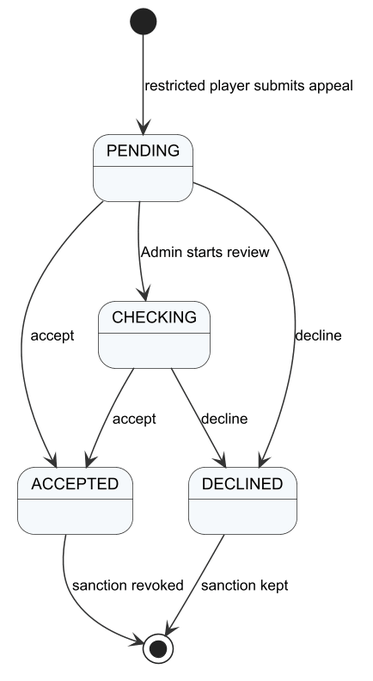
The PlantUML diagram Doc/Project_report/Report/diagrams/png/r4_sm_appeal.png in Tad-Min/PickleVerse, before a commit.
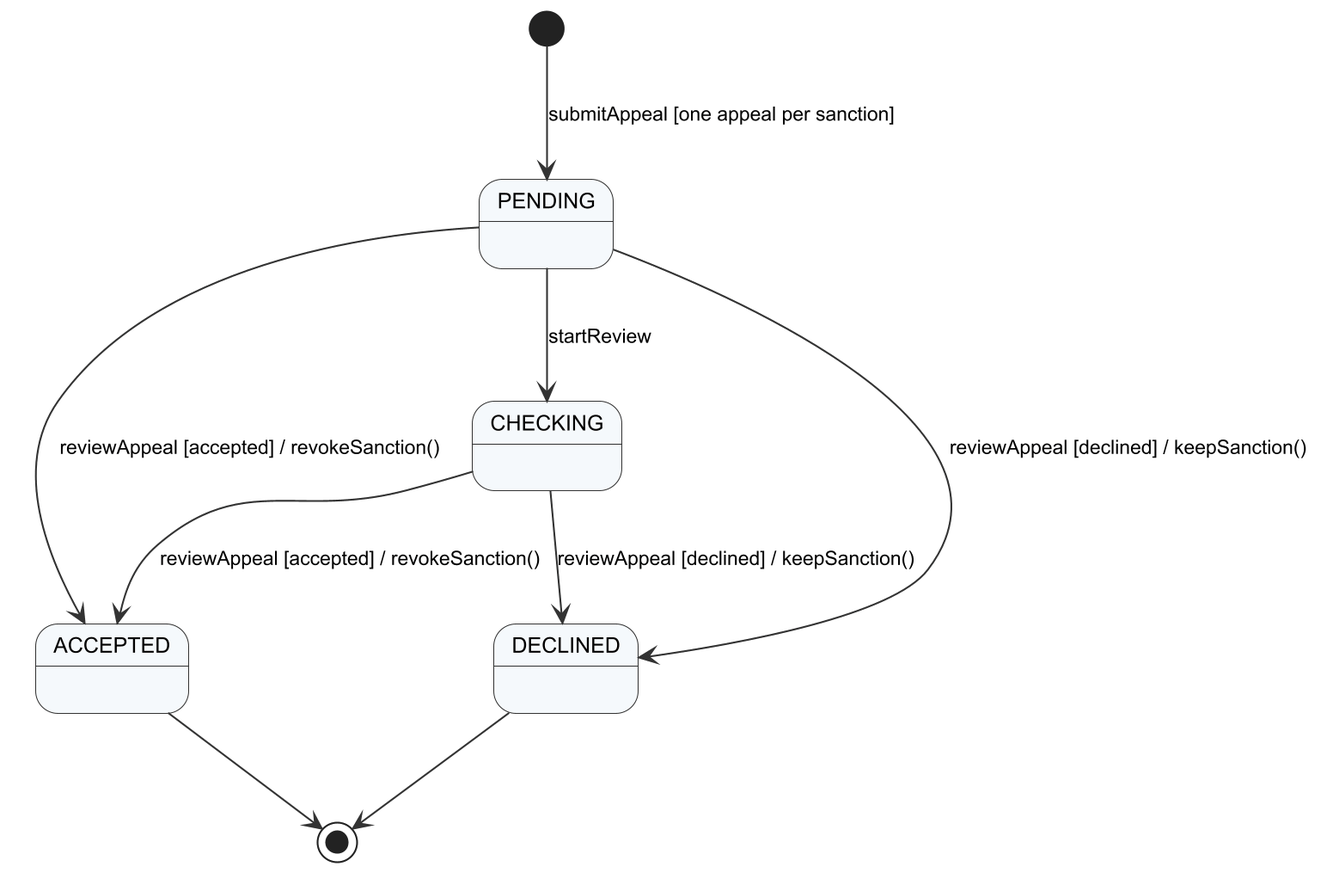
Above is the later version.

Diff of the diagram source:
```diff
@@ -1,11 +1,11 @@
 @startuml r4_sm_appeal
 !include _style.iuml
-[*] --> PENDING : restricted player submits appeal
-PENDING --> CHECKING : Admin starts review
-PENDING --> ACCEPTED : accept
-PENDING --> DECLINED : decline
-CHECKING --> ACCEPTED : accept
-CHECKING --> DECLINED : decline
-ACCEPTED --> [*] : sanction revoked
-DECLINED --> [*] : sanction kept
+[*] --> PENDING : submitAppeal [one appeal per sanction]
+PENDING --> CHECKING : startReview
+PENDING --> ACCEPTED : reviewAppeal [accepted] / revokeSanction()
+PENDING --> DECLINED : reviewAppeal [declined] / keepSanction()
+CHECKING --> ACCEPTED : reviewAppeal [accepted] / revokeSanction()
+CHECKING --> DECLINED : reviewAppeal [declined] / keepSanction()
+ACCEPTED --> [*]
+DECLINED --> [*]
 @enduml
```
